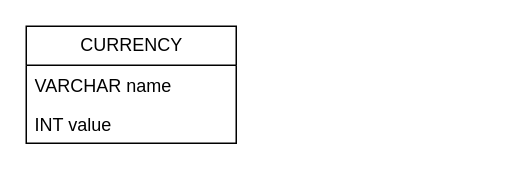
The draw.io diagram page "Types" (2 of 2) of Conception/model_draft.drawio in WyllasSidjeno/SRPG-Database-Manager, before the edit. Source tidied: cells renumbered, new cells numbered last; positions are measured from the earlier drawing's top-left corner, leaving out a move shared by most shapes. Both pictures are drawn from the tidied source at 150%, with x=0, y=0 at pixel (26, 26).
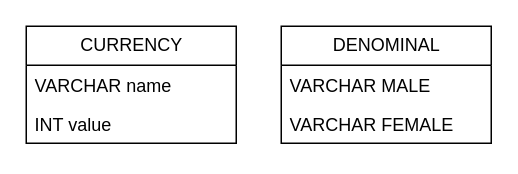
Above is the later version.

Commit message (it also covers changes not shown here):
Added Denominal type

The edit, as a diff of the source:
```diff
@@
 <mxGraphModel>
   <root>
     <mxCell id="0" />
     <mxCell id="1" parent="0" />
     <mxCell id="2" value="CURRENCY" style="swimlane;fontStyle=0;horizontal=1;startSize=26;fillColor=none;html=1;" parent="1" vertex="1">
       <mxGeometry width="140" height="78" as="geometry" />
     </mxCell>
     <mxCell id="3" value="VARCHAR name" style="text;strokeColor=none;fillColor=none;align=left;verticalAlign=top;spacingLeft=4;spacingRight=4;overflow=hidden;whiteSpace=wrap;html=1;" parent="2" vertex="1">
       <mxGeometry y="26" width="140" height="26" as="geometry" />
     </mxCell>
     <mxCell id="4" value="INT value" style="text;strokeColor=none;fillColor=none;align=left;verticalAlign=top;spacingLeft=4;spacingRight=4;overflow=hidden;whiteSpace=wrap;html=1;" parent="2" vertex="1">
       <mxGeometry y="52" width="140" height="26" as="geometry" />
     </mxCell>
+    <mxCell id="5" value="DENOMINAL" style="swimlane;fontStyle=0;horizontal=1;startSize=26;fillColor=none;html=1;" parent="1" vertex="1">
+      <mxGeometry x="170" width="140" height="78" as="geometry" />
+    </mxCell>
+    <mxCell id="6" value="VARCHAR MALE" style="text;strokeColor=none;fillColor=none;align=left;verticalAlign=top;spacingLeft=4;spacingRight=4;overflow=hidden;whiteSpace=wrap;html=1;" parent="5" vertex="1">
+      <mxGeometry y="26" width="140" height="26" as="geometry" />
+    </mxCell>
+    <mxCell id="7" value="VARCHAR FEMALE" style="text;strokeColor=none;fillColor=none;align=left;verticalAlign=top;spacingLeft=4;spacingRight=4;overflow=hidden;whiteSpace=wrap;html=1;" parent="5" vertex="1">
+      <mxGeometry y="52" width="140" height="26" as="geometry" />
+    </mxCell>
   </root>
 </mxGraphModel>
```
